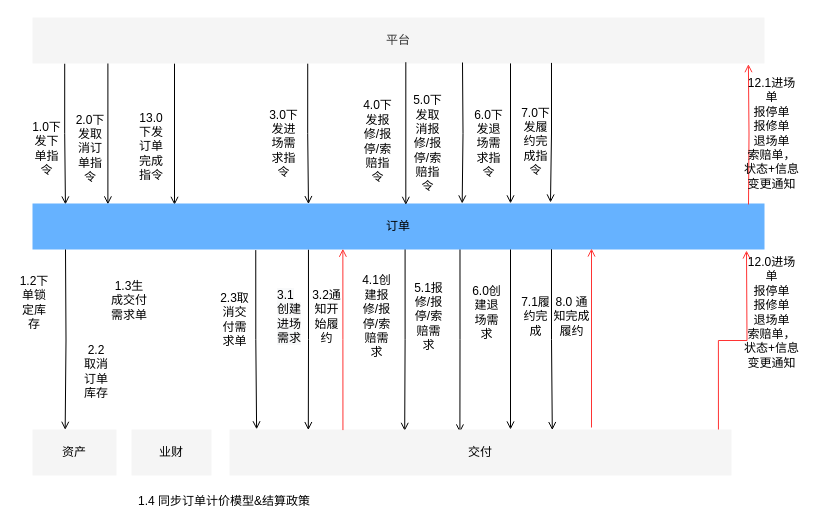
lokiworks/codebase keeps this draw.io diagram as page "Copy of Page-29" (33 of 36) of docs/自营重构.drawio. Above is the earlier version. Source tidied: cells renumbered, new cells numbered last; positions are measured from the earlier drawing's top-left corner, leaving out a move shared by most shapes. Both pictures are drawn from the tidied source at 100%, with x=0, y=0 at pixel (17, 17).
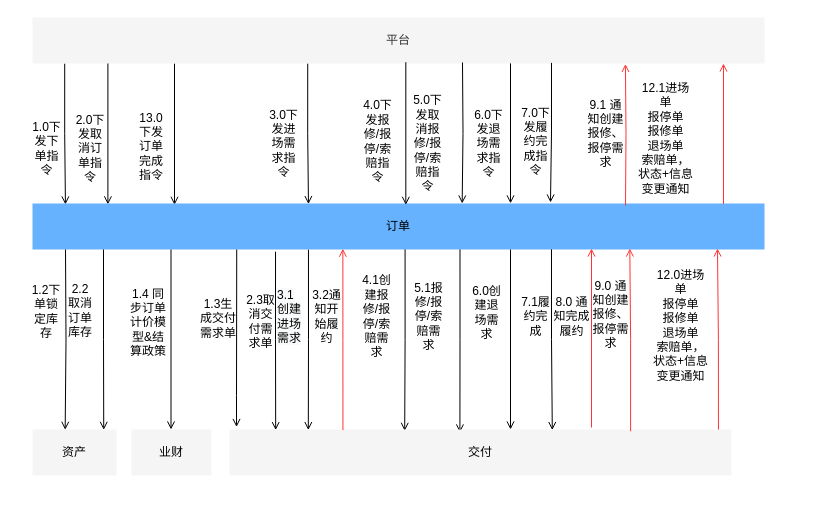
The same diagram, later.

The change refers to these unchanged cells:
```xml
<mxCell id="6" value="平台" style="rounded=0;whiteSpace=wrap;html=1;strokeColor=none;fillColor=#f5f5f5;fontColor=#333333;" parent="1" vertex="1">
  <mxGeometry x="15" width="732" height="46" as="geometry" />
</mxCell>
<mxCell id="10" value="&lt;font color=&quot;#000000&quot;&gt;订单&lt;/font&gt;" style="rounded=0;whiteSpace=wrap;html=1;strokeColor=none;fillColor=#66B2FF;fontColor=#ffffff;" parent="1" vertex="1">
  <mxGeometry x="15" y="186" width="732" height="46" as="geometry" />
</mxCell>
<mxCell id="13" value="&lt;font color=&quot;#000000&quot;&gt;交付&lt;/font&gt;" style="rounded=0;whiteSpace=wrap;html=1;strokeColor=none;fillColor=#f5f5f5;fontColor=#333333;" parent="1" vertex="1">
  <mxGeometry x="212" y="412" width="502" height="46" as="geometry" />
</mxCell>
<mxCell id="15" value="&lt;font color=&quot;#000000&quot;&gt;资产&lt;/font&gt;" style="rounded=0;whiteSpace=wrap;html=1;strokeColor=none;fillColor=#f5f5f5;fontColor=#333333;" parent="1" vertex="1">
  <mxGeometry x="15" y="412" width="84" height="46" as="geometry" />
</mxCell>
<mxCell id="35" value="&lt;font color=&quot;#000000&quot;&gt;业财&lt;/font&gt;" style="rounded=0;whiteSpace=wrap;html=1;strokeColor=none;fillColor=#f5f5f5;fontColor=#333333;" parent="1" vertex="1">
  <mxGeometry x="114" y="412" width="80" height="46" as="geometry" />
</mxCell>
```

What changed in the source:
```diff
@@
+    <mxCell id="48" style="edgeStyle=orthogonalEdgeStyle;rounded=0;jettySize=auto;html=1;entryX=0.014;entryY=-0.054;entryDx=0;entryDy=0;entryPerimeter=0;startArrow=none;startFill=0;endArrow=open;endFill=0;strokeColor=#000000;exitX=0.279;exitY=0.994;exitDx=0;exitDy=0;exitPerimeter=0;" parent="1" edge="1" source="10" target="13">
+      <mxGeometry relative="1" as="geometry">
+        <Array as="points">
+          <mxPoint x="219" y="378" />
+          <mxPoint x="220" y="378" />
+          <mxPoint x="220" y="410" />
+        </Array>
+      </mxGeometry>
+    </mxCell>
@@
     <mxCell id="12" style="edgeStyle=orthogonalEdgeStyle;rounded=0;jettySize=auto;html=1;fontColor=#000000;startArrow=none;startFill=0;endArrow=open;endFill=0;exitX=0.974;exitY=0.012;exitDx=0;exitDy=0;exitPerimeter=0;strokeColor=#FF3333;" parent="1" edge="1" source="13">
       <mxGeometry relative="1" as="geometry">
-        <mxPoint x="729" y="233" as="targetPoint" />
+        <mxPoint x="700" y="231" as="targetPoint" />
       </mxGeometry>
     </mxCell>
@@
     <mxCell id="16" value="1.2下单锁定库存" style="text;html=1;strokeColor=none;fillColor=none;align=center;verticalAlign=middle;whiteSpace=wrap;rounded=0;fontColor=#000000;" parent="1" vertex="1">
-      <mxGeometry y="250.2" width="34" height="69" as="geometry" />
+      <mxGeometry x="12" y="259" width="34" height="69" as="geometry" />
     </mxCell>
     <mxCell id="17" value="2.2取消订单库存" style="text;html=1;strokeColor=none;fillColor=none;align=center;verticalAlign=middle;whiteSpace=wrap;rounded=0;fontColor=#000000;" parent="1" vertex="1">
-      <mxGeometry x="65" y="334.5" width="28" height="38" as="geometry" />
+      <mxGeometry x="49" y="274" width="28" height="38" as="geometry" />
     </mxCell>
@@
     <mxCell id="20" value="1.3生成交付需求单" style="text;html=1;strokeColor=none;fillColor=none;align=center;verticalAlign=middle;whiteSpace=wrap;rounded=0;fontColor=#000000;" parent="1" vertex="1">
-      <mxGeometry x="93" y="245.8" width="38" height="73.5" as="geometry" />
+      <mxGeometry x="182" y="264" width="38" height="73.5" as="geometry" />
     </mxCell>
@@
     <mxCell id="22" value="2.3取消交付需求单" style="text;html=1;strokeColor=none;fillColor=none;align=center;verticalAlign=middle;whiteSpace=wrap;rounded=0;fontColor=#000000;" parent="1" vertex="1">
-      <mxGeometry x="202" y="273.5" width="30.5" height="56.5" as="geometry" />
+      <mxGeometry x="227.5" y="276.2" width="30.5" height="56.5" as="geometry" />
     </mxCell>
@@
-    <mxCell id="31" style="edgeStyle=orthogonalEdgeStyle;rounded=0;jettySize=auto;html=1;fontColor=#000000;startArrow=none;startFill=0;endArrow=open;endFill=0;entryX=0.978;entryY=1.014;entryDx=0;entryDy=0;entryPerimeter=0;strokeColor=#FF3333;" parent="1" edge="1" target="6">
+    <mxCell id="31" style="edgeStyle=orthogonalEdgeStyle;rounded=0;jettySize=auto;html=1;fontColor=#000000;startArrow=none;startFill=0;endArrow=open;endFill=0;strokeColor=#FF3333;exitX=0.944;exitY=0.01;exitDx=0;exitDy=0;exitPerimeter=0;" parent="1" edge="1" source="10">
       <mxGeometry relative="1" as="geometry">
-        <mxPoint x="731" y="187" as="sourcePoint" />
+        <mxPoint x="706" y="46" as="targetPoint" />
       </mxGeometry>
     </mxCell>
     <mxCell id="32" value="12.0进场单&lt;br&gt;报停单&lt;br&gt;报修单&lt;br&gt;退场单&lt;br&gt;索赔单，&lt;br&gt;状态+信息变更通知" style="text;html=1;strokeColor=none;fillColor=none;align=center;verticalAlign=middle;whiteSpace=wrap;rounded=0;fontColor=#000000;" parent="1" vertex="1">
-      <mxGeometry x="725" y="237.2" width="59" height="115.5" as="geometry" />
+      <mxGeometry x="634" y="250" width="59" height="115.5" as="geometry" />
     </mxCell>
     <mxCell id="33" value="12.1进场单&lt;br&gt;报停单&lt;br&gt;报修单&lt;br&gt;退场单&lt;br&gt;索赔单，&lt;br&gt;状态+信息变更通知" style="text;html=1;strokeColor=none;fillColor=none;align=center;verticalAlign=middle;whiteSpace=wrap;rounded=0;fontColor=#000000;" parent="1" vertex="1">
-      <mxGeometry x="725" y="57.8" width="59" height="115.5" as="geometry" />
+      <mxGeometry x="619" y="63" width="59" height="115.5" as="geometry" />
     </mxCell>
@@
     <mxCell id="36" value="1.4 同步订单计价模型&amp;amp;结算政策" style="text;html=1;strokeColor=none;fillColor=none;align=center;verticalAlign=middle;whiteSpace=wrap;rounded=0;fontColor=#000000;" parent="1" vertex="1">
-      <mxGeometry x="107" y="475" width="200" height="17" as="geometry" />
+      <mxGeometry x="111" y="279" width="40" height="51" as="geometry" />
     </mxCell>
@@
-    <mxCell id="47" style="edgeStyle=orthogonalEdgeStyle;rounded=0;jettySize=auto;html=1;fontColor=#000000;endArrow=open;endFill=0;exitX=0.305;exitY=1.013;exitDx=0;exitDy=0;exitPerimeter=0;entryX=0.054;entryY=-0.004;entryDx=0;entryDy=0;entryPerimeter=0;" parent="1" edge="1" source="10" target="13">
+    <mxCell id="47" style="edgeStyle=orthogonalEdgeStyle;rounded=0;jettySize=auto;html=1;fontColor=#000000;endArrow=open;endFill=0;exitX=0.332;exitY=1.048;exitDx=0;exitDy=0;exitPerimeter=0;entryX=0.092;entryY=0.013;entryDx=0;entryDy=0;entryPerimeter=0;" parent="1" edge="1" source="10" target="13">
       <mxGeometry relative="1" as="geometry" />
     </mxCell>
+    <mxCell id="49" style="edgeStyle=orthogonalEdgeStyle;rounded=0;jettySize=auto;html=1;exitX=0.097;exitY=1;exitDx=0;exitDy=0;entryX=0.848;entryY=0.008;entryDx=0;entryDy=0;entryPerimeter=0;fontColor=#000000;endArrow=open;endFill=0;exitPerimeter=0;" parent="1" edge="1" source="10" target="15">
+      <mxGeometry relative="1" as="geometry" />
+    </mxCell>
+    <mxCell id="50" style="edgeStyle=orthogonalEdgeStyle;rounded=0;jettySize=auto;html=1;exitX=0.194;exitY=0.997;exitDx=0;exitDy=0;fontColor=#000000;startArrow=none;startFill=0;endArrow=open;endFill=0;strokeColor=#000000;exitPerimeter=0;" parent="1" edge="1" target="35">
+      <mxGeometry relative="1" as="geometry">
+        <mxPoint x="153.5" y="232" as="sourcePoint" />
+      </mxGeometry>
+    </mxCell>
+    <mxCell id="51" style="edgeStyle=orthogonalEdgeStyle;rounded=0;jettySize=auto;html=1;fontColor=#000000;startArrow=none;startFill=0;endArrow=open;endFill=0;strokeColor=#FF3333;entryX=0.816;entryY=0.978;entryDx=0;entryDy=0;entryPerimeter=0;exitX=0.799;exitY=0.038;exitDx=0;exitDy=0;exitPerimeter=0;" parent="1" edge="1" source="13" target="10">
+      <mxGeometry relative="1" as="geometry" />
+    </mxCell>
+    <mxCell id="52" value="9.0 通知创建报修、报停需求" style="text;html=1;strokeColor=none;fillColor=none;align=center;verticalAlign=middle;whiteSpace=wrap;rounded=0;fontColor=#000000;" parent="1" vertex="1">
+      <mxGeometry x="574" y="267" width="39" height="59" as="geometry" />
+    </mxCell>
+    <mxCell id="53" style="edgeStyle=orthogonalEdgeStyle;rounded=0;jettySize=auto;html=1;fontColor=#000000;startArrow=none;startFill=0;endArrow=open;endFill=0;strokeColor=#FF3333;entryX=0.81;entryY=1.01;entryDx=0;entryDy=0;entryPerimeter=0;" parent="1" edge="1" target="6">
+      <mxGeometry relative="1" as="geometry">
+        <mxPoint x="608" y="188" as="sourcePoint" />
+      </mxGeometry>
+    </mxCell>
+    <mxCell id="54" value="9.1 通知创建报修、报停需求" style="text;html=1;strokeColor=none;fillColor=none;align=center;verticalAlign=middle;whiteSpace=wrap;rounded=0;fontColor=#000000;" parent="1" vertex="1">
+      <mxGeometry x="569" y="86" width="39" height="59" as="geometry" />
+    </mxCell>
```
